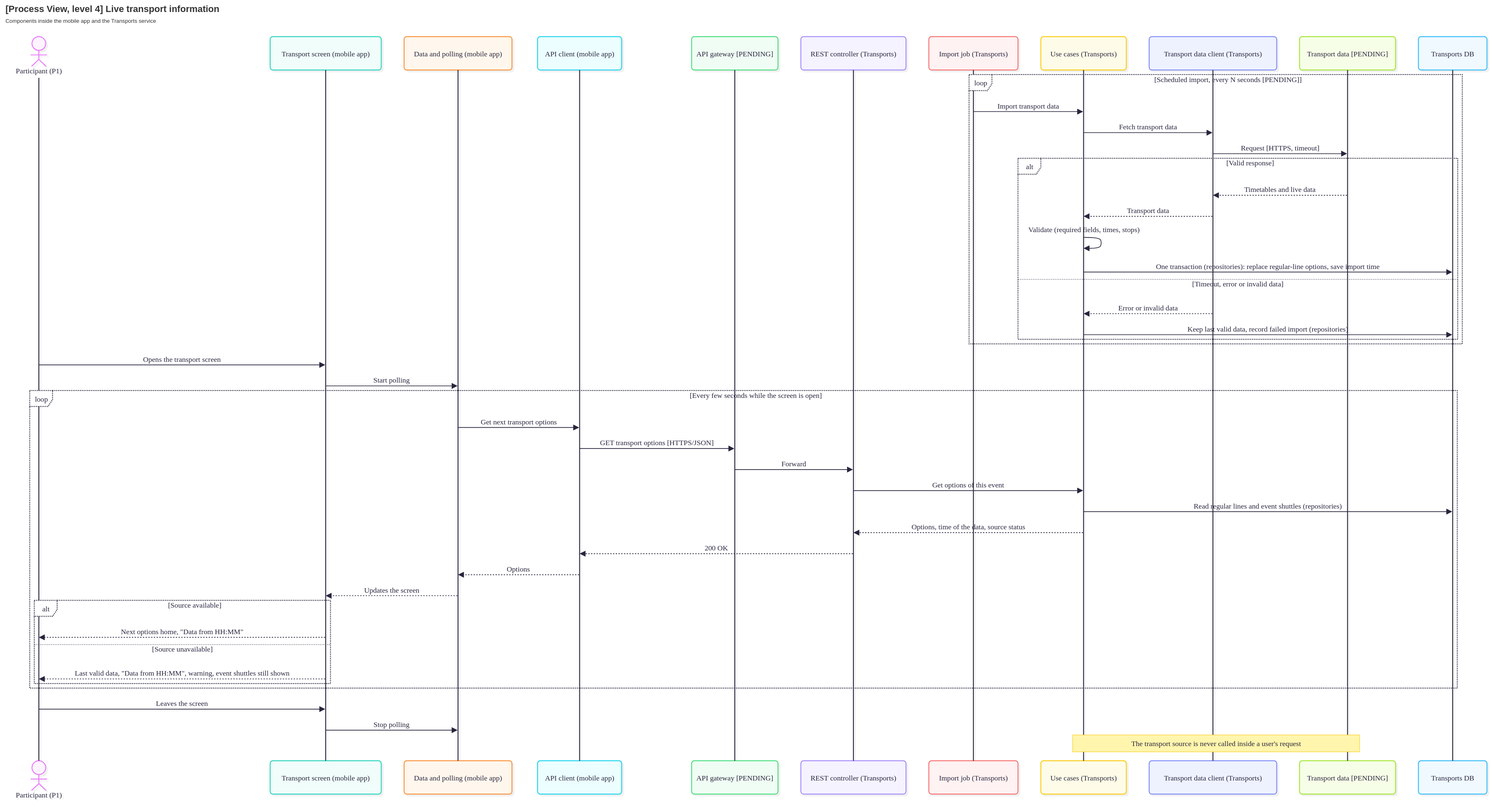
Above: Docs/Technical/diagrams/process-view-level-4-transports.drawio.svg in tomasoliveira21/LABDSOF (draw.io), before the change. Source tidied: cells renumbered, new cells last; positions are measured from the earlier drawing's top-left corner, leaving out a move shared by most shapes.
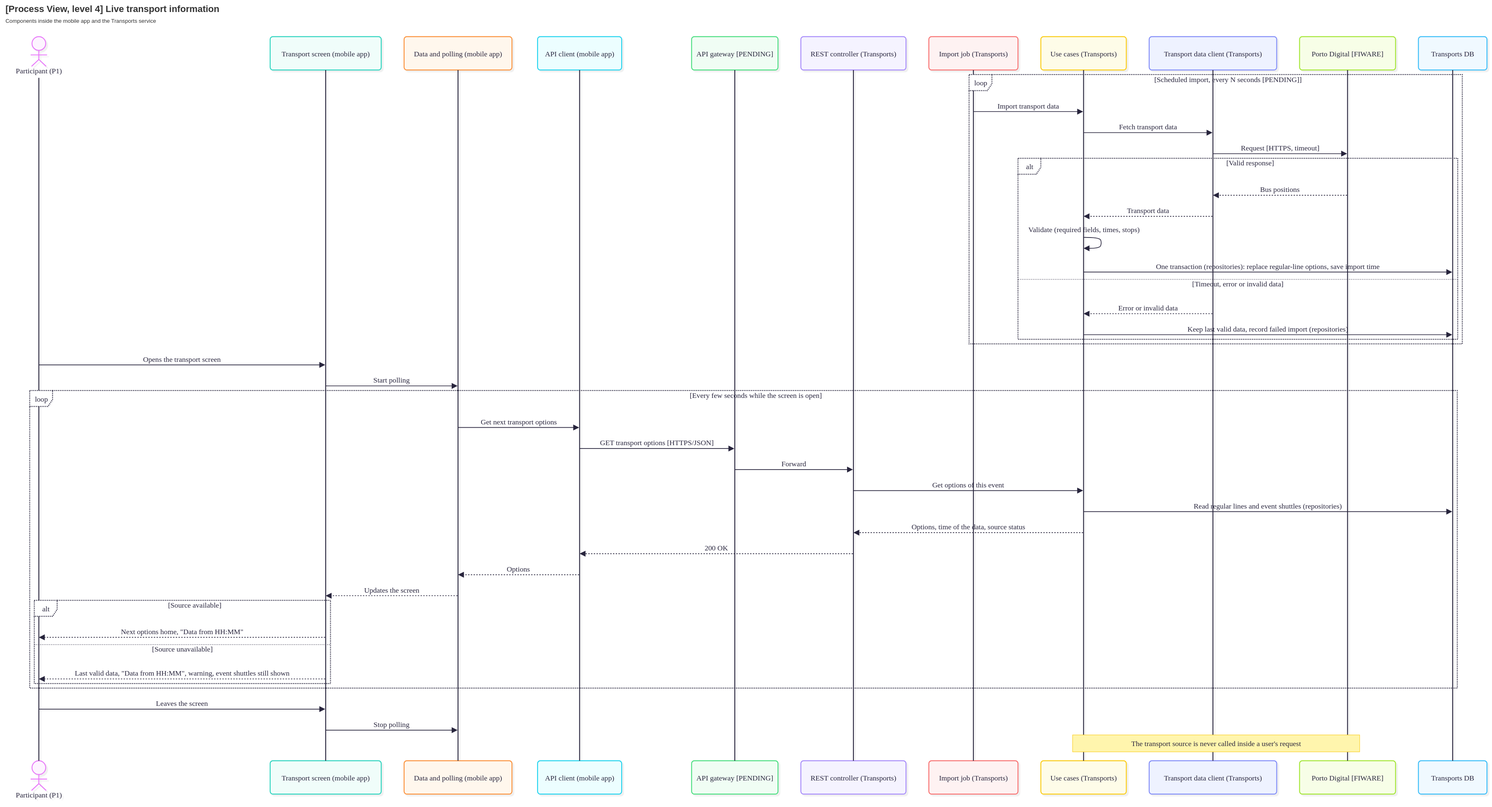
Later version of the same file.

The edit, as a diff of the source:
```diff
@@ -32,7 +32,7 @@
     <mxCell id="11" value="Transport data client (Transports)" style="html=1;shape=umlLifeline;perimeter=lifelinePerimeter;whiteSpace=wrap;outlineConnect=0;portConstraint=eastwest;newEdgeStyle={&quot;edgeStyle&quot;:&quot;sequenceEdgeStyle&quot;,&quot;libavoidRouting&quot;:0,&quot;curved&quot;:0,&quot;rounded&quot;:0};lifelineDashed=0;strokeWidth=2;rounded=1;absoluteArcSize=1;arcSize=12;lifelineColor=#28253D;fillColor=#EEF2FF;strokeColor=#818CF8;fontColor=#28253D;size=73;lifelineMirror=1;fontFamily=Recursive;fontSize=16;shadow=1;shadowColor=#000000;shadowOffsetX=4;shadowOffsetY=4;shadowBlur=0;shadowOpacity=6;fontSource=https%3A%2F%2Ffonts.googleapis.com%2Fcss%3Ffamily%3DRecursive;" parent="2" vertex="1">
       <mxGeometry x="2504" width="279" height="1657" as="geometry" />
     </mxCell>
-    <mxCell id="12" value="Transport data [PENDING]" style="html=1;shape=umlLifeline;perimeter=lifelinePerimeter;whiteSpace=wrap;outlineConnect=0;portConstraint=eastwest;newEdgeStyle={&quot;edgeStyle&quot;:&quot;sequenceEdgeStyle&quot;,&quot;libavoidRouting&quot;:0,&quot;curved&quot;:0,&quot;rounded&quot;:0};lifelineDashed=0;strokeWidth=2;rounded=1;absoluteArcSize=1;arcSize=12;lifelineColor=#28253D;fillColor=#F7FEE7;strokeColor=#A3E635;fontColor=#28253D;size=73;lifelineMirror=1;fontFamily=Recursive;fontSize=16;shadow=1;shadowColor=#000000;shadowOffsetX=4;shadowOffsetY=4;shadowBlur=0;shadowOpacity=6;fontSource=https%3A%2F%2Ffonts.googleapis.com%2Fcss%3Ffamily%3DRecursive;" parent="2" vertex="1">
+    <mxCell id="12" value="Porto Digital [FIWARE]" style="html=1;shape=umlLifeline;perimeter=lifelinePerimeter;whiteSpace=wrap;outlineConnect=0;portConstraint=eastwest;newEdgeStyle={&quot;edgeStyle&quot;:&quot;sequenceEdgeStyle&quot;,&quot;libavoidRouting&quot;:0,&quot;curved&quot;:0,&quot;rounded&quot;:0};lifelineDashed=0;strokeWidth=2;rounded=1;absoluteArcSize=1;arcSize=12;lifelineColor=#28253D;fillColor=#F7FEE7;strokeColor=#A3E635;fontColor=#28253D;size=73;lifelineMirror=1;fontFamily=Recursive;fontSize=16;shadow=1;shadowColor=#000000;shadowOffsetX=4;shadowOffsetY=4;shadowBlur=0;shadowOpacity=6;fontSource=https%3A%2F%2Ffonts.googleapis.com%2Fcss%3Ffamily%3DRecursive;" parent="2" vertex="1">
       <mxGeometry x="2833" width="210" height="1657" as="geometry" />
     </mxCell>
     <mxCell id="13" value="Transports DB" style="html=1;shape=umlLifeline;perimeter=lifelinePerimeter;whiteSpace=wrap;outlineConnect=0;portConstraint=eastwest;newEdgeStyle={&quot;edgeStyle&quot;:&quot;sequenceEdgeStyle&quot;,&quot;libavoidRouting&quot;:0,&quot;curved&quot;:0,&quot;rounded&quot;:0};lifelineDashed=0;strokeWidth=2;rounded=1;absoluteArcSize=1;arcSize=12;lifelineColor=#28253D;fillColor=#F0F9FF;strokeColor=#38BDF8;fontColor=#28253D;size=73;lifelineMirror=1;fontFamily=Recursive;fontSize=16;shadow=1;shadowColor=#000000;shadowOffsetX=4;shadowOffsetY=4;shadowBlur=0;shadowOpacity=6;fontSource=https%3A%2F%2Ffonts.googleapis.com%2Fcss%3Ffamily%3DRecursive;" parent="2" vertex="1">
@@ -95,7 +95,7 @@
         </Array>
       </mxGeometry>
     </mxCell>
-    <mxCell id="29" value="Timetables and live data" style="dashed=1;fixDash=1;dashPattern=3 3;endArrow=block;endSize=9;verticalAlign=bottom;spacingBottom=2;edgeStyle=sequenceEdgeStyle;libavoidRouting=0;curved=0;rounded=0;fontSize=16;labelBackgroundColor=none;strokeWidth=1.5;strokeColor=#28253D;fontColor=#28253D;fontFamily=Recursive;fontSource=https%3A%2F%2Ffonts.googleapis.com%2Fcss%3Ffamily%3DRecursive;" parent="2" edge="1" source="12" target="11">
+    <mxCell id="29" value="Bus positions" style="dashed=1;fixDash=1;dashPattern=3 3;endArrow=block;endSize=9;verticalAlign=bottom;spacingBottom=2;edgeStyle=sequenceEdgeStyle;libavoidRouting=0;curved=0;rounded=0;fontSize=16;labelBackgroundColor=none;strokeWidth=1.5;strokeColor=#28253D;fontColor=#28253D;fontFamily=Recursive;fontSource=https%3A%2F%2Ffonts.googleapis.com%2Fcss%3Ffamily%3DRecursive;" parent="2" edge="1" source="12" target="11">
       <mxGeometry relative="1" as="geometry">
         <Array as="points">
           <mxPoint x="2791" y="347" />
```
